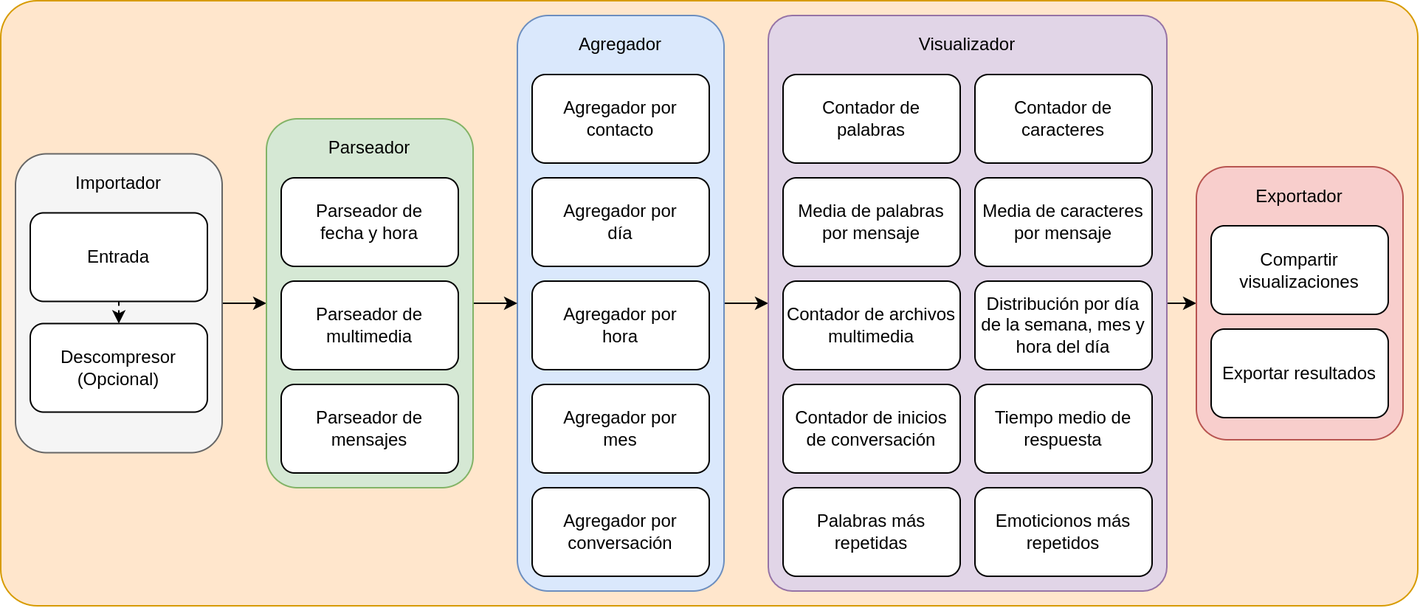
The draw.io diagram img/architecture_processing.png in d3vv3/tfg, before a commit. Source tidied: cells renumbered, new cells last; positions are measured from the earlier drawing's top-left corner, leaving out a move shared by most shapes.
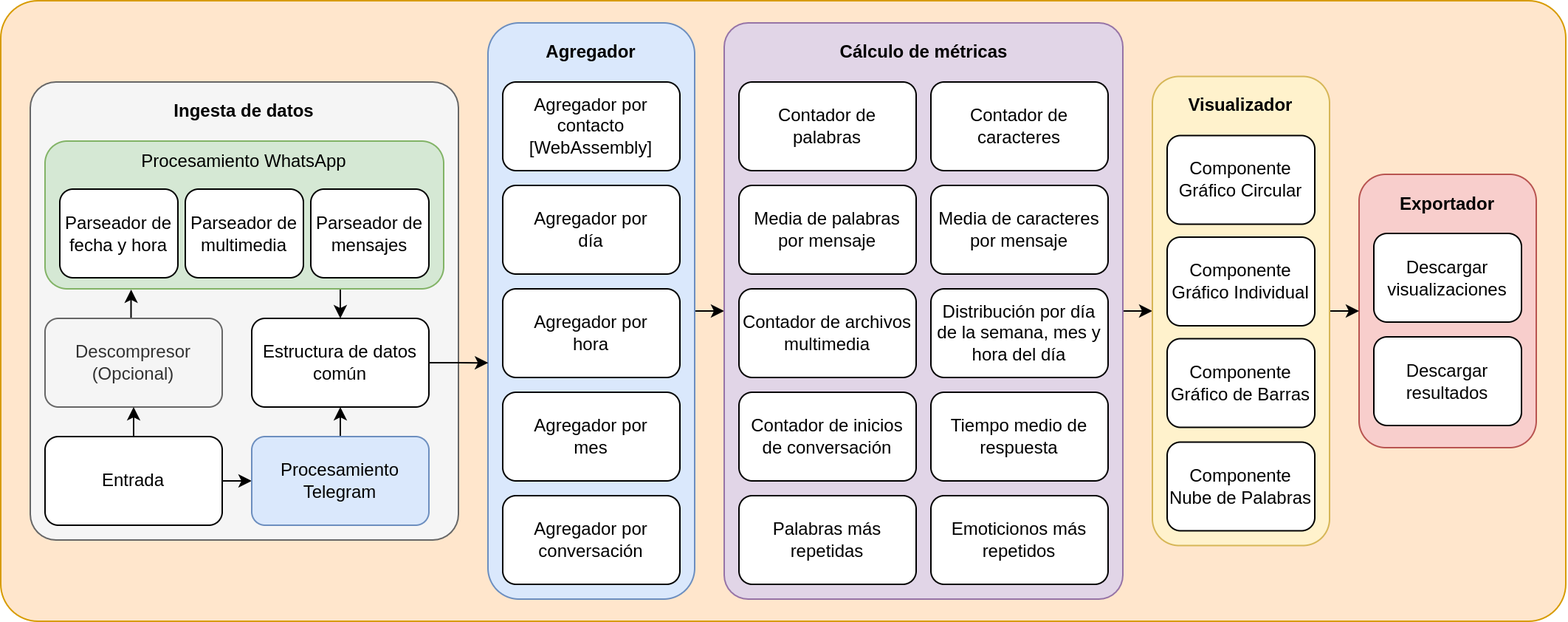
Later version of the same file.

The edit, as a diff of the source:
```diff
@@ -3,118 +3,151 @@
     <mxCell id="0" />
     <mxCell id="1" parent="0" />
     <mxCell id="2" style="rounded=1;whiteSpace=wrap;html=1;fillColor=#ffe6cc;strokeColor=#d79b00;arcSize=6;" parent="1" vertex="1">
-      <mxGeometry width="960" height="410" as="geometry" />
+      <mxGeometry x="-60" y="-15" width="1060" height="420" as="geometry" />
     </mxCell>
-    <mxCell id="3" style="edgeStyle=orthogonalEdgeStyle;rounded=0;jettySize=auto;html=1;exitX=1;exitY=0.5;exitDx=0;exitDy=0;entryX=0;entryY=0.5;entryDx=0;entryDy=0;" parent="1" edge="1" source="4" target="16">
-      <mxGeometry relative="1" as="geometry" />
-    </mxCell>
-    <mxCell id="4" style="rounded=1;whiteSpace=wrap;html=1;fillColor=#f5f5f5;strokeColor=#666666;fontColor=#333333;" parent="1" vertex="1">
-      <mxGeometry x="10" y="103.8" width="140" height="202.5" as="geometry" />
+    <mxCell id="4" style="rounded=1;whiteSpace=wrap;html=1;fillColor=#f5f5f5;strokeColor=#666666;fontColor=#333333;arcSize=6;" parent="1" vertex="1">
+      <mxGeometry x="-40" y="40" width="290" height="310" as="geometry" />
     </mxCell>
-    <mxCell id="5" value="Importador" style="text;html=1;strokeColor=none;fillColor=none;align=center;verticalAlign=middle;whiteSpace=wrap;rounded=0;" parent="1" vertex="1">
-      <mxGeometry x="50" y="103.8" width="60" height="40" as="geometry" />
+    <mxCell id="5" value="Ingesta de datos" style="text;html=1;strokeColor=none;fillColor=none;align=center;verticalAlign=middle;whiteSpace=wrap;rounded=0;fontStyle=1;" parent="1" vertex="1">
+      <mxGeometry x="45" y="40" width="120" height="40" as="geometry" />
     </mxCell>
+    <mxCell id="40" style="edgeStyle=orthogonalEdgeStyle;rounded=0;jettySize=auto;html=1;exitX=0.5;exitY=0;exitDx=0;exitDy=0;entryX=0.216;entryY=1.005;entryDx=0;entryDy=0;entryPerimeter=0;" parent="1" edge="1" source="6" target="44">
+      <mxGeometry relative="1" as="geometry" />
+    </mxCell>
-    <mxCell id="6" value="Descompresor&lt;br&gt;(Opcional)" style="rounded=1;whiteSpace=wrap;html=1;" parent="1" vertex="1">
-      <mxGeometry x="20" y="218.8" width="120" height="60" as="geometry" />
+    <mxCell id="6" value="Descompresor&lt;br&gt;(Opcional)" style="rounded=1;whiteSpace=wrap;html=1;fillColor=#f5f5f5;fontColor=#333333;strokeColor=#666666;" parent="1" vertex="1">
+      <mxGeometry x="-30" y="200" width="120" height="60" as="geometry" />
     </mxCell>
-    <mxCell id="7" style="edgeStyle=orthogonalEdgeStyle;rounded=0;jettySize=auto;html=1;exitX=0.5;exitY=1;exitDx=0;exitDy=0;entryX=0.5;entryY=0;entryDx=0;entryDy=0;dashed=1;" parent="1" edge="1" source="8" target="6">
+    <mxCell id="7" style="edgeStyle=orthogonalEdgeStyle;rounded=0;jettySize=auto;html=1;exitX=0.5;exitY=0;exitDx=0;exitDy=0;entryX=0.5;entryY=1;entryDx=0;entryDy=0;" parent="1" edge="1" source="8" target="6">
       <mxGeometry relative="1" as="geometry" />
     </mxCell>
+    <mxCell id="41" style="edgeStyle=orthogonalEdgeStyle;rounded=0;jettySize=auto;html=1;exitX=1;exitY=0.5;exitDx=0;exitDy=0;entryX=0;entryY=0.5;entryDx=0;entryDy=0;" parent="1" edge="1" source="8" target="48">
+      <mxGeometry relative="1" as="geometry" />
+    </mxCell>
     <mxCell id="8" value="Entrada" style="rounded=1;whiteSpace=wrap;html=1;" parent="1" vertex="1">
-      <mxGeometry x="20" y="143.8" width="120" height="60" as="geometry" />
+      <mxGeometry x="-30" y="280" width="120" height="60" as="geometry" />
     </mxCell>
     <mxCell id="9" style="edgeStyle=orthogonalEdgeStyle;rounded=0;jettySize=auto;html=1;exitX=1;exitY=0.5;exitDx=0;exitDy=0;entryX=0;entryY=0.5;entryDx=0;entryDy=0;" parent="1" edge="1" source="10" target="23">
       <mxGeometry relative="1" as="geometry" />
     </mxCell>
     <mxCell id="10" style="rounded=1;whiteSpace=wrap;html=1;fillColor=#dae8fc;strokeColor=#6c8ebf;" parent="1" vertex="1">
-      <mxGeometry x="350" y="10" width="140" height="390" as="geometry" />
+      <mxGeometry x="270" width="140" height="390" as="geometry" />
     </mxCell>
-    <mxCell id="11" value="Agregador por contacto" style="rounded=1;whiteSpace=wrap;html=1;" parent="1" vertex="1">
-      <mxGeometry x="360" y="50" width="120" height="60" as="geometry" />
+    <mxCell id="11" value="Agregador por contacto&lt;br&gt;[WebAssembly]" style="rounded=1;whiteSpace=wrap;html=1;" parent="1" vertex="1">
+      <mxGeometry x="280" y="40" width="120" height="60" as="geometry" />
     </mxCell>
     <mxCell id="12" value="Agregador por&lt;br&gt;día" style="rounded=1;whiteSpace=wrap;html=1;" parent="1" vertex="1">
-      <mxGeometry x="360" y="120" width="120" height="60" as="geometry" />
+      <mxGeometry x="280" y="110" width="120" height="60" as="geometry" />
     </mxCell>
     <mxCell id="13" value="Agregador por&lt;br&gt;hora" style="rounded=1;whiteSpace=wrap;html=1;" parent="1" vertex="1">
-      <mxGeometry x="360" y="190" width="120" height="60" as="geometry" />
+      <mxGeometry x="280" y="180" width="120" height="60" as="geometry" />
     </mxCell>
     <mxCell id="14" value="Agregador por&lt;br&gt;mes" style="rounded=1;whiteSpace=wrap;html=1;" parent="1" vertex="1">
-      <mxGeometry x="360" y="260" width="120" height="60" as="geometry" />
+      <mxGeometry x="280" y="250" width="120" height="60" as="geometry" />
     </mxCell>
-    <mxCell id="15" style="edgeStyle=orthogonalEdgeStyle;rounded=0;jettySize=auto;html=1;exitX=1;exitY=0.5;exitDx=0;exitDy=0;entryX=0;entryY=0.5;entryDx=0;entryDy=0;" parent="1" edge="1" source="16" target="10">
-      <mxGeometry relative="1" as="geometry" />
-    </mxCell>
-    <mxCell id="16" style="rounded=1;whiteSpace=wrap;html=1;fillColor=#d5e8d4;strokeColor=#82b366;" parent="1" vertex="1">
-      <mxGeometry x="180" y="80" width="140" height="250" as="geometry" />
-    </mxCell>
-    <mxCell id="17" value="Parseador de&lt;br&gt;fecha y hora" style="rounded=1;whiteSpace=wrap;html=1;" parent="1" vertex="1">
-      <mxGeometry x="190" y="120" width="120" height="60" as="geometry" />
-    </mxCell>
-    <mxCell id="18" value="Parseador de&lt;br&gt;multimedia" style="rounded=1;whiteSpace=wrap;html=1;" parent="1" vertex="1">
-      <mxGeometry x="190" y="190" width="120" height="60" as="geometry" />
-    </mxCell>
-    <mxCell id="19" value="Parseador de mensajes" style="rounded=1;whiteSpace=wrap;html=1;" parent="1" vertex="1">
-      <mxGeometry x="190" y="260" width="120" height="60" as="geometry" />
-    </mxCell>
-    <mxCell id="20" value="Parseador" style="text;html=1;strokeColor=none;fillColor=none;align=center;verticalAlign=middle;whiteSpace=wrap;rounded=0;" parent="1" vertex="1">
-      <mxGeometry x="220" y="80" width="60" height="40" as="geometry" />
-    </mxCell>
-    <mxCell id="21" value="Agregador" style="text;html=1;strokeColor=none;fillColor=none;align=center;verticalAlign=middle;whiteSpace=wrap;rounded=0;" parent="1" vertex="1">
-      <mxGeometry x="390" y="10" width="60" height="40" as="geometry" />
+    <mxCell id="21" value="Agregador" style="text;html=1;strokeColor=none;fillColor=none;align=center;verticalAlign=middle;whiteSpace=wrap;rounded=0;fontStyle=1;" parent="1" vertex="1">
+      <mxGeometry x="310" width="60" height="40" as="geometry" />
     </mxCell>
-    <mxCell id="22" style="edgeStyle=orthogonalEdgeStyle;rounded=0;jettySize=auto;html=1;exitX=1;exitY=0.5;exitDx=0;exitDy=0;entryX=0;entryY=0.5;entryDx=0;entryDy=0;" parent="1" edge="1" source="23" target="34">
-      <mxGeometry relative="1" as="geometry" />
-    </mxCell>
+    <mxCell id="42" style="edgeStyle=orthogonalEdgeStyle;rounded=0;jettySize=auto;html=1;exitX=1;exitY=0.5;exitDx=0;exitDy=0;entryX=0;entryY=0.5;entryDx=0;entryDy=0;" parent="1" edge="1" source="23" target="50">
+      <mxGeometry relative="1" as="geometry" />
+    </mxCell>
     <mxCell id="23" style="rounded=1;whiteSpace=wrap;html=1;fillColor=#e1d5e7;strokeColor=#9673a6;arcSize=6;" parent="1" vertex="1">
-      <mxGeometry x="520" y="10" width="270" height="390" as="geometry" />
+      <mxGeometry x="430" width="270" height="390" as="geometry" />
     </mxCell>
     <mxCell id="24" value="Contador de&lt;br&gt;palabras" style="rounded=1;whiteSpace=wrap;html=1;" parent="1" vertex="1">
-      <mxGeometry x="530" y="50" width="120" height="60" as="geometry" />
+      <mxGeometry x="440" y="40" width="120" height="60" as="geometry" />
     </mxCell>
     <mxCell id="25" value="Contador de caracteres" style="rounded=1;whiteSpace=wrap;html=1;" parent="1" vertex="1">
-      <mxGeometry x="660" y="50" width="120" height="60" as="geometry" />
+      <mxGeometry x="570" y="40" width="120" height="60" as="geometry" />
     </mxCell>
     <mxCell id="26" value="Media de palabras por mensaje" style="rounded=1;whiteSpace=wrap;html=1;" parent="1" vertex="1">
-      <mxGeometry x="530" y="120" width="120" height="60" as="geometry" />
+      <mxGeometry x="440" y="110" width="120" height="60" as="geometry" />
     </mxCell>
     <mxCell id="27" value="Media de caracteres por mensaje" style="rounded=1;whiteSpace=wrap;html=1;" parent="1" vertex="1">
-      <mxGeometry x="660" y="120" width="120" height="60" as="geometry" />
+      <mxGeometry x="570" y="110" width="120" height="60" as="geometry" />
     </mxCell>
-    <mxCell id="28" value="Visualizador" style="text;html=1;strokeColor=none;fillColor=none;align=center;verticalAlign=middle;whiteSpace=wrap;rounded=0;" parent="1" vertex="1">
-      <mxGeometry x="625" y="10" width="60" height="40" as="geometry" />
+    <mxCell id="28" value="Cálculo de métricas" style="text;html=1;strokeColor=none;fillColor=none;align=center;verticalAlign=middle;whiteSpace=wrap;rounded=0;fontStyle=1;" parent="1" vertex="1">
+      <mxGeometry x="497.5" width="135" height="40" as="geometry" />
     </mxCell>
     <mxCell id="29" value="Contador de archivos multimedia" style="rounded=1;whiteSpace=wrap;html=1;" parent="1" vertex="1">
-      <mxGeometry x="530" y="190" width="120" height="60" as="geometry" />
+      <mxGeometry x="440" y="180" width="120" height="60" as="geometry" />
     </mxCell>
     <mxCell id="30" value="Distribución por día de la semana, mes y hora del día" style="rounded=1;whiteSpace=wrap;html=1;" parent="1" vertex="1">
-      <mxGeometry x="660" y="190" width="120" height="60" as="geometry" />
+      <mxGeometry x="570" y="180" width="120" height="60" as="geometry" />
     </mxCell>
     <mxCell id="31" value="Agregador por&lt;br&gt;conversación" style="rounded=1;whiteSpace=wrap;html=1;" parent="1" vertex="1">
-      <mxGeometry x="360" y="330" width="120" height="60" as="geometry" />
+      <mxGeometry x="280" y="320" width="120" height="60" as="geometry" />
     </mxCell>
     <mxCell id="32" value="Palabras más repetidas" style="rounded=1;whiteSpace=wrap;html=1;" parent="1" vertex="1">
-      <mxGeometry x="530" y="330" width="120" height="60" as="geometry" />
+      <mxGeometry x="440" y="320" width="120" height="60" as="geometry" />
     </mxCell>
     <mxCell id="33" value="Emoticionos más repetidos" style="rounded=1;whiteSpace=wrap;html=1;" parent="1" vertex="1">
-      <mxGeometry x="660" y="330" width="120" height="60" as="geometry" />
+      <mxGeometry x="570" y="320" width="120" height="60" as="geometry" />
     </mxCell>
     <mxCell id="34" style="rounded=1;whiteSpace=wrap;html=1;fillColor=#f8cecc;strokeColor=#b85450;" parent="1" vertex="1">
-      <mxGeometry x="810" y="112.5" width="140" height="185" as="geometry" />
+      <mxGeometry x="860" y="102.5" width="120" height="185" as="geometry" />
     </mxCell>
-    <mxCell id="35" value="Compartir visualizaciones" style="rounded=1;whiteSpace=wrap;html=1;" parent="1" vertex="1">
-      <mxGeometry x="820" y="152.5" width="120" height="60" as="geometry" />
+    <mxCell id="35" value="Descargar visualizaciones" style="rounded=1;whiteSpace=wrap;html=1;" parent="1" vertex="1">
+      <mxGeometry x="870" y="142.5" width="100" height="60" as="geometry" />
     </mxCell>
-    <mxCell id="36" value="Exportar resultados" style="rounded=1;whiteSpace=wrap;html=1;" parent="1" vertex="1">
-      <mxGeometry x="820" y="222.5" width="120" height="60" as="geometry" />
+    <mxCell id="36" value="Descargar&lt;br&gt;resultados" style="rounded=1;whiteSpace=wrap;html=1;" parent="1" vertex="1">
+      <mxGeometry x="870" y="212.5" width="100" height="60" as="geometry" />
     </mxCell>
-    <mxCell id="37" value="Exportador" style="text;html=1;strokeColor=none;fillColor=none;align=center;verticalAlign=middle;whiteSpace=wrap;rounded=0;" parent="1" vertex="1">
-      <mxGeometry x="850" y="112.5" width="60" height="40" as="geometry" />
+    <mxCell id="37" value="Exportador" style="text;html=1;strokeColor=none;fillColor=none;align=center;verticalAlign=middle;whiteSpace=wrap;rounded=0;fontStyle=1;" parent="1" vertex="1">
+      <mxGeometry x="890" y="102.5" width="60" height="40" as="geometry" />
     </mxCell>
     <mxCell id="38" value="Contador de inicios de conversación" style="rounded=1;whiteSpace=wrap;html=1;" parent="1" vertex="1">
-      <mxGeometry x="530" y="260" width="120" height="60" as="geometry" />
+      <mxGeometry x="440" y="250" width="120" height="60" as="geometry" />
     </mxCell>
     <mxCell id="39" value="Tiempo medio de respuesta" style="rounded=1;whiteSpace=wrap;html=1;" parent="1" vertex="1">
-      <mxGeometry x="660" y="260" width="120" height="60" as="geometry" />
+      <mxGeometry x="570" y="250" width="120" height="60" as="geometry" />
     </mxCell>
+    <mxCell id="43" style="edgeStyle=orthogonalEdgeStyle;rounded=0;jettySize=auto;html=1;exitX=0.75;exitY=1;exitDx=0;exitDy=0;entryX=0.5;entryY=0;entryDx=0;entryDy=0;" parent="1" edge="1" source="44" target="46">
+      <mxGeometry relative="1" as="geometry" />
+    </mxCell>
+    <mxCell id="44" value="Procesamiento WhatsApp&lt;br&gt;&lt;br&gt;&lt;br&gt;&lt;br&gt;&lt;br&gt;&lt;br&gt;" style="rounded=1;whiteSpace=wrap;html=1;fillColor=#d5e8d4;strokeColor=#82b366;" parent="1" vertex="1">
+      <mxGeometry x="-30" y="80" width="270" height="100" as="geometry" />
+    </mxCell>
+    <mxCell id="45" style="edgeStyle=orthogonalEdgeStyle;rounded=0;jettySize=auto;html=1;exitX=1;exitY=0.5;exitDx=0;exitDy=0;entryX=0.001;entryY=0.59;entryDx=0;entryDy=0;entryPerimeter=0;" parent="1" edge="1" source="46" target="10">
+      <mxGeometry relative="1" as="geometry" />
+    </mxCell>
+    <mxCell id="46" value="Estructura de datos común" style="rounded=1;whiteSpace=wrap;html=1;" parent="1" vertex="1">
+      <mxGeometry x="110" y="200" width="120" height="60" as="geometry" />
+    </mxCell>
+    <mxCell id="47" style="edgeStyle=orthogonalEdgeStyle;rounded=0;jettySize=auto;html=1;exitX=0.5;exitY=0;exitDx=0;exitDy=0;entryX=0.5;entryY=1;entryDx=0;entryDy=0;" parent="1" edge="1" source="48" target="46">
+      <mxGeometry relative="1" as="geometry" />
+    </mxCell>
+    <mxCell id="48" value="Procesamiento&lt;br&gt;Telegram" style="rounded=1;whiteSpace=wrap;html=1;fillColor=#dae8fc;strokeColor=#6c8ebf;" parent="1" vertex="1">
+      <mxGeometry x="110" y="280" width="120" height="60" as="geometry" />
+    </mxCell>
+    <mxCell id="17" value="Parseador de&lt;br&gt;fecha y hora" style="rounded=1;whiteSpace=wrap;html=1;" parent="1" vertex="1">
+      <mxGeometry x="-20" y="112.5" width="80" height="60" as="geometry" />
+    </mxCell>
+    <mxCell id="18" value="Parseador de&lt;br&gt;multimedia" style="rounded=1;whiteSpace=wrap;html=1;" parent="1" vertex="1">
+      <mxGeometry x="65" y="112.5" width="80" height="60" as="geometry" />
+    </mxCell>
+    <mxCell id="19" value="Parseador de mensajes" style="rounded=1;whiteSpace=wrap;html=1;" parent="1" vertex="1">
+      <mxGeometry x="150" y="112.5" width="80" height="60" as="geometry" />
+    </mxCell>
+    <mxCell id="49" style="edgeStyle=orthogonalEdgeStyle;rounded=0;jettySize=auto;html=1;exitX=1;exitY=0.5;exitDx=0;exitDy=0;entryX=0;entryY=0.5;entryDx=0;entryDy=0;" parent="1" edge="1" source="50" target="34">
+      <mxGeometry relative="1" as="geometry" />
+    </mxCell>
+    <mxCell id="50" style="rounded=1;whiteSpace=wrap;html=1;fillColor=#fff2cc;strokeColor=#d6b656;" parent="1" vertex="1">
+      <mxGeometry x="720" y="36.2" width="120" height="317.5" as="geometry" />
+    </mxCell>
+    <mxCell id="51" value="Componente&lt;br&gt;Gráfico Circular" style="rounded=1;whiteSpace=wrap;html=1;" parent="1" vertex="1">
+      <mxGeometry x="730" y="76.2" width="100" height="60" as="geometry" />
+    </mxCell>
+    <mxCell id="52" value="Componente Gráfico Individual" style="rounded=1;whiteSpace=wrap;html=1;" parent="1" vertex="1">
+      <mxGeometry x="730" y="145" width="100" height="60" as="geometry" />
+    </mxCell>
+    <mxCell id="53" value="Visualizador" style="text;html=1;strokeColor=none;fillColor=none;align=center;verticalAlign=middle;whiteSpace=wrap;rounded=0;fontStyle=1;" parent="1" vertex="1">
+      <mxGeometry x="740" y="36.2" width="80" height="40" as="geometry" />
+    </mxCell>
+    <mxCell id="54" value="Componente Gráfico de Barras" style="rounded=1;whiteSpace=wrap;html=1;" parent="1" vertex="1">
+      <mxGeometry x="730" y="213.8" width="100" height="60" as="geometry" />
+    </mxCell>
+    <mxCell id="55" value="Componente Nube de Palabras" style="rounded=1;whiteSpace=wrap;html=1;" parent="1" vertex="1">
+      <mxGeometry x="730" y="283.8" width="100" height="60" as="geometry" />
+    </mxCell>
   </root>
 </mxGraphModel>
```
